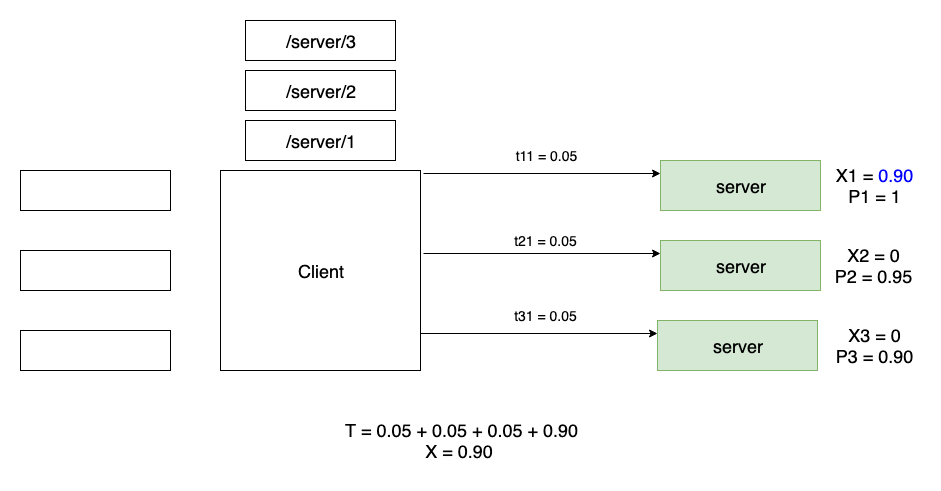
The draw.io diagram decks/grequests-https-talk/images/python-grequests-flow-5.png in saurabh-hirani/slides, before a commit. Source tidied: cells renumbered, new cells last; positions are measured from the earlier drawing's top-left corner, leaving out a move shared by most shapes.
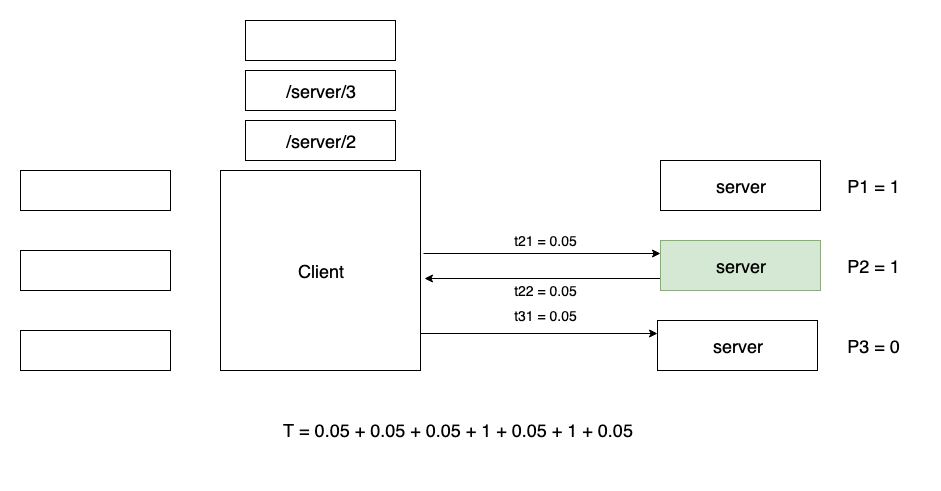
After the change.

What changed in the source:
```diff
@@ -14,13 +14,10 @@
     <mxCell id="5" value="&lt;font style=&quot;font-size: 18px&quot;&gt;Client&lt;/font&gt;" style="whiteSpace=wrap;html=1;" parent="1" vertex="1">
       <mxGeometry x="200" y="150" width="200" height="200" as="geometry" />
     </mxCell>
-    <mxCell id="6" style="edgeStyle=orthogonalEdgeStyle;rounded=0;jettySize=auto;html=1;exitX=1.015;exitY=0.015;exitDx=0;exitDy=0;entryX=0;entryY=0.25;entryDx=0;entryDy=0;exitPerimeter=0;" parent="1" edge="1" source="5" target="7">
-      <mxGeometry relative="1" as="geometry" />
-    </mxCell>
-    <mxCell id="7" value="&lt;span style=&quot;white-space: normal&quot;&gt;&lt;font style=&quot;font-size: 18px&quot;&gt;server&lt;br&gt;&lt;/font&gt;&lt;/span&gt;" style="rounded=0;whiteSpace=wrap;html=1;fillColor=#d5e8d4;strokeColor=#82b366;" parent="1" vertex="1">
+    <mxCell id="7" value="&lt;span style=&quot;white-space: normal&quot;&gt;&lt;font style=&quot;font-size: 18px&quot;&gt;server&lt;br&gt;&lt;/font&gt;&lt;/span&gt;" style="rounded=0;whiteSpace=wrap;html=1;" parent="1" vertex="1">
       <mxGeometry x="640" y="140" width="160" height="50" as="geometry" />
     </mxCell>
-    <object id="8" label="&lt;font style=&quot;font-size: 18px&quot;&gt;T = 0.05 + 0.05 + 0.05 + 0.90&lt;br&gt;X = 0.90&amp;nbsp;&lt;br&gt;&lt;/font&gt;" name="Variable" placeholders="1">
+    <object id="8" label="&lt;font style=&quot;font-size: 18px&quot;&gt;T = 0.05 + 0.05 + 0.05 + 1 + 0.05 + 1 + 0.05&amp;nbsp;&lt;br&gt;&lt;br&gt;&lt;/font&gt;" name="Variable" placeholders="1">
       <mxCell style="text;html=1;strokeColor=none;fillColor=none;align=center;verticalAlign=middle;whiteSpace=wrap;overflow=hidden;" parent="1" vertex="1">
         <mxGeometry y="390" width="880" height="60" as="geometry" />
       </mxCell>
@@ -30,6 +27,11 @@
         <mxPoint x="403" y="233" as="sourcePoint" />
       </mxGeometry>
     </mxCell>
+    <mxCell id="22" style="edgeStyle=orthogonalEdgeStyle;rounded=0;jettySize=auto;html=1;exitX=0;exitY=0.75;exitDx=0;exitDy=0;entryX=1.02;entryY=0.14;entryDx=0;entryDy=0;entryPerimeter=0;" parent="1" edge="1" source="10">
+      <mxGeometry relative="1" as="geometry">
+        <mxPoint x="404" y="258" as="targetPoint" />
+      </mxGeometry>
+    </mxCell>
     <mxCell id="10" value="&lt;span style=&quot;white-space: normal&quot;&gt;&lt;font style=&quot;font-size: 18px&quot;&gt;server&lt;br&gt;&lt;/font&gt;&lt;/span&gt;" style="rounded=0;whiteSpace=wrap;html=1;fillColor=#d5e8d4;strokeColor=#82b366;" parent="1" vertex="1">
       <mxGeometry x="640" y="220" width="160" height="50" as="geometry" />
     </mxCell>
@@ -38,44 +40,44 @@
         <mxPoint x="400" y="313" as="sourcePoint" />
       </mxGeometry>
     </mxCell>
-    <mxCell id="12" value="&lt;span style=&quot;white-space: normal&quot;&gt;&lt;font style=&quot;font-size: 18px&quot;&gt;server&lt;br&gt;&lt;/font&gt;&lt;/span&gt;" style="rounded=0;whiteSpace=wrap;html=1;fillColor=#d5e8d4;strokeColor=#82b366;" parent="1" vertex="1">
+    <mxCell id="12" value="&lt;span style=&quot;white-space: normal&quot;&gt;&lt;font style=&quot;font-size: 18px&quot;&gt;server&lt;br&gt;&lt;/font&gt;&lt;/span&gt;" style="rounded=0;whiteSpace=wrap;html=1;" parent="1" vertex="1">
       <mxGeometry x="637" y="300" width="160" height="50" as="geometry" />
     </mxCell>
-    <mxCell id="13" value="&lt;span style=&quot;font-size: 18px ; white-space: normal&quot;&gt;/server/1&lt;/span&gt;" style="rounded=0;whiteSpace=wrap;html=1;" parent="1" vertex="1">
+    <mxCell id="13" value="&lt;span style=&quot;font-size: 18px ; white-space: normal&quot;&gt;/server/2&lt;/span&gt;" style="rounded=0;whiteSpace=wrap;html=1;" parent="1" vertex="1">
       <mxGeometry x="225" y="100" width="150" height="40" as="geometry" />
     </mxCell>
-    <mxCell id="14" value="&lt;span style=&quot;font-size: 18px ; white-space: normal&quot;&gt;/server/2&lt;/span&gt;" style="rounded=0;whiteSpace=wrap;html=1;" parent="1" vertex="1">
+    <mxCell id="14" value="&lt;span style=&quot;font-size: 18px ; white-space: normal&quot;&gt;/server/3&lt;/span&gt;" style="rounded=0;whiteSpace=wrap;html=1;" parent="1" vertex="1">
       <mxGeometry x="225" y="50" width="150" height="40" as="geometry" />
     </mxCell>
-    <mxCell id="15" value="&lt;span style=&quot;font-size: 18px ; white-space: normal&quot;&gt;/server/3&lt;/span&gt;" style="rounded=0;whiteSpace=wrap;html=1;" parent="1" vertex="1">
+    <mxCell id="15" style="rounded=0;whiteSpace=wrap;html=1;" parent="1" vertex="1">
       <mxGeometry x="225" width="150" height="40" as="geometry" />
     </mxCell>
-    <object id="16" label="&lt;font style=&quot;font-size: 14px&quot;&gt;t11 = 0.05&lt;/font&gt;" name="Variable" placeholders="1">
-      <mxCell style="text;html=1;strokeColor=none;fillColor=none;align=center;verticalAlign=middle;whiteSpace=wrap;overflow=hidden;" parent="1" vertex="1">
-        <mxGeometry x="480" y="120" width="90" height="30" as="geometry" />
-      </mxCell>
-    </object>
     <object id="17" label="&lt;font style=&quot;font-size: 14px&quot;&gt;t21 = 0.05&lt;/font&gt;" name="Variable" placeholders="1">
       <mxCell style="text;html=1;strokeColor=none;fillColor=none;align=center;verticalAlign=middle;whiteSpace=wrap;overflow=hidden;" parent="1" vertex="1">
         <mxGeometry x="480" y="205" width="90" height="30" as="geometry" />
       </mxCell>
     </object>
+    <object id="23" label="&lt;font style=&quot;font-size: 14px&quot;&gt;t22 = 0.05&lt;/font&gt;" name="Variable" placeholders="1">
+      <mxCell style="text;html=1;strokeColor=none;fillColor=none;align=center;verticalAlign=middle;whiteSpace=wrap;overflow=hidden;" parent="1" vertex="1">
+        <mxGeometry x="480" y="255" width="90" height="30" as="geometry" />
+      </mxCell>
+    </object>
     <object id="18" label="&lt;font style=&quot;font-size: 14px&quot;&gt;t31 = 0.05&lt;/font&gt;" name="Variable" placeholders="1">
       <mxCell style="text;html=1;strokeColor=none;fillColor=none;align=center;verticalAlign=middle;whiteSpace=wrap;overflow=hidden;" parent="1" vertex="1">
         <mxGeometry x="480" y="280" width="90" height="30" as="geometry" />
       </mxCell>
     </object>
-    <object id="19" label="&lt;font style=&quot;font-size: 18px&quot;&gt;X1 = &lt;font color=&quot;#0000ff&quot;&gt;0.90&lt;/font&gt;&lt;br&gt;P1 = 1&lt;/font&gt;" name="Variable" placeholders="1">
+    <object id="19" label="&lt;font style=&quot;font-size: 18px&quot;&gt;P1 = 1&lt;/font&gt;" name="Variable" placeholders="1">
       <mxCell style="text;html=1;strokeColor=none;fillColor=none;align=center;verticalAlign=middle;whiteSpace=wrap;overflow=hidden;" parent="1" vertex="1">
         <mxGeometry x="806" y="140" width="94" height="50" as="geometry" />
       </mxCell>
     </object>
-    <object id="20" label="&lt;font style=&quot;font-size: 18px&quot;&gt;X2 = 0&lt;br&gt;P2 = 0.95&lt;/font&gt;" name="Variable" placeholders="1">
+    <object id="20" label="&lt;font style=&quot;font-size: 18px&quot;&gt;P2 = 1&lt;/font&gt;" name="Variable" placeholders="1">
       <mxCell style="text;html=1;strokeColor=none;fillColor=none;align=center;verticalAlign=middle;whiteSpace=wrap;overflow=hidden;" parent="1" vertex="1">
-        <mxGeometry x="805" y="220" width="94" height="50" as="geometry" />
+        <mxGeometry x="806" y="220" width="94" height="50" as="geometry" />
       </mxCell>
     </object>
-    <object id="21" label="&lt;font style=&quot;font-size: 18px&quot;&gt;X3 = 0&lt;br&gt;P3 = 0.90&lt;/font&gt;" name="Variable" placeholders="1">
+    <object id="21" label="&lt;font style=&quot;font-size: 18px&quot;&gt;P3 = 0&lt;/font&gt;" name="Variable" placeholders="1">
       <mxCell style="text;html=1;strokeColor=none;fillColor=none;align=center;verticalAlign=middle;whiteSpace=wrap;overflow=hidden;" parent="1" vertex="1">
         <mxGeometry x="806" y="300" width="94" height="50" as="geometry" />
       </mxCell>
```
